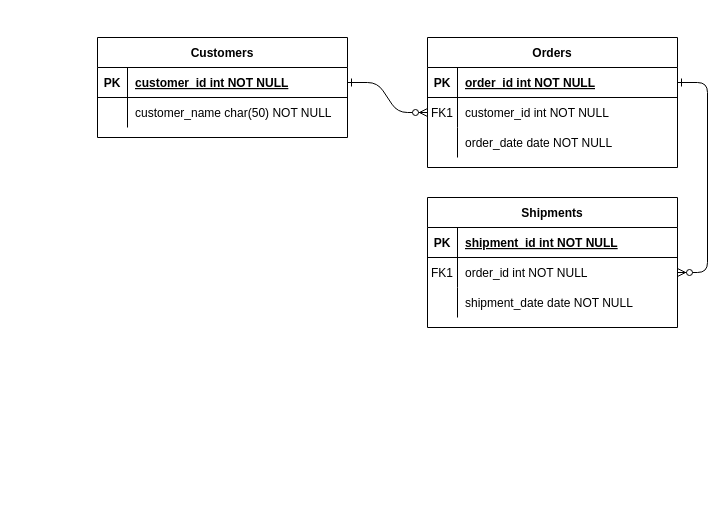
Before: ER AreaInteresse.drawio in augustorazani/QENEM-UML-Diagram, a draw.io diagram. Source tidied: cells renumbered, new cells numbered last; positions are measured from the earlier drawing's top-left corner, leaving out a move shared by most shapes. Both pictures are drawn from the tidied source at 100%, with x=0, y=0 at pixel (97, 37).
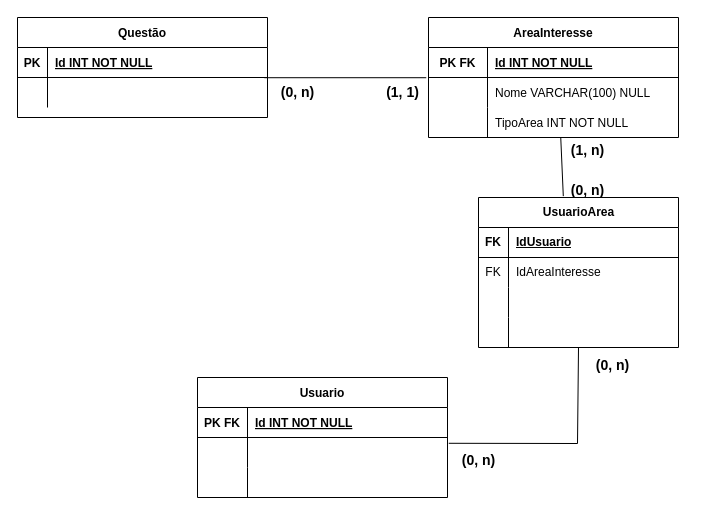
Above is the later version.

Unchanged cells that the change refers to:
```xml
<mxCell id="5" style="shape=partialRectangle;fillColor=none;points=[[0,0.5],[1,0.5]];portConstraint=eastwest;top=0;left=0;right=0;bottom=1;" parent="4" vertex="1">
  <mxGeometry y="30" width="250" height="30" as="geometry" />
</mxCell>
<mxCell id="8" style="shape=partialRectangle;fillColor=none;points=[[0,0.5],[1,0.5]];portConstraint=eastwest;top=0;left=0;right=0;bottom=0;" parent="4" vertex="1">
  <mxGeometry y="60" width="250" height="30" as="geometry" />
</mxCell>
<mxCell id="11" style="shape=partialRectangle;fillColor=none;points=[[0,0.5],[1,0.5]];portConstraint=eastwest;top=0;left=0;right=0;bottom=0;" parent="4" vertex="1">
  <mxGeometry y="90" width="250" height="30" as="geometry" />
</mxCell>
<mxCell id="15" style="shape=partialRectangle;fillColor=none;top=0;left=0;right=0;bottom=1;" parent="14" vertex="1">
  <mxGeometry y="30" width="250" height="30" as="geometry" />
</mxCell>
<mxCell id="18" style="shape=partialRectangle;fillColor=none;points=[[0,0.5],[1,0.5]];portConstraint=eastwest;top=0;left=0;right=0;bottom=0;" parent="14" vertex="1">
  <mxGeometry y="60" width="250" height="30" as="geometry" />
</mxCell>
<mxCell id="21" style="shape=partialRectangle;fillColor=none;top=0;left=0;right=0;bottom=0;" parent="14" vertex="1">
  <mxGeometry y="90" width="250" height="30" as="geometry" />
</mxCell>
<mxCell id="25" style="shape=partialRectangle;fillColor=none;points=[[0,0.5],[1,0.5]];portConstraint=eastwest;top=0;left=0;right=0;bottom=1;" parent="24" vertex="1">
  <mxGeometry y="30" width="250" height="30" as="geometry" />
</mxCell>
<mxCell id="28" style="shape=partialRectangle;fillColor=none;top=0;left=0;right=0;bottom=0;" parent="24" vertex="1">
  <mxGeometry y="60" width="250" height="30" as="geometry" />
</mxCell>
```

Change to the diagram source:
```diff
@@
-    <mxCell id="2" style="edgeStyle=entityRelationEdgeStyle;endArrow=ERzeroToMany;startArrow=ERone;endFill=1;startFill=0;" parent="1" edge="1" source="25" target="8">
-      <mxGeometry relative="1" as="geometry" />
-    </mxCell>
-    <mxCell id="3" style="edgeStyle=entityRelationEdgeStyle;endArrow=ERzeroToMany;startArrow=ERone;endFill=1;startFill=0;" parent="1" edge="1" source="5" target="18">
-      <mxGeometry relative="1" as="geometry" />
-    </mxCell>
-    <mxCell id="4" value="Orders" style="shape=table;startSize=30;childLayout=tableLayout;rowLines=0;fontStyle=1;align=center;" parent="1" vertex="1">
-      <mxGeometry x="330" width="250" height="130" as="geometry" />
+    <mxCell id="4" value="AreaInteresse" style="shape=table;startSize=30;childLayout=tableLayout;rowLines=0;fontStyle=1;align=center;" parent="1" vertex="1">
+      <mxGeometry x="331" y="-20" width="250" height="120" as="geometry" />
     </mxCell>
@@
-    <mxCell id="6" value="PK" style="shape=partialRectangle;overflow=hidden;fillColor=none;top=0;left=0;bottom=0;right=0;fontStyle=1;" parent="5" vertex="1">
-      <mxGeometry width="30" height="30" as="geometry" />
+    <mxCell id="6" value="PK FK" style="shape=partialRectangle;overflow=hidden;fillColor=none;top=0;left=0;bottom=0;right=0;fontStyle=1;" parent="5" vertex="1">
+      <mxGeometry width="59" height="30" as="geometry" />
     </mxCell>
-    <mxCell id="7" value="order_id int NOT NULL " style="shape=partialRectangle;overflow=hidden;fillColor=none;top=0;left=0;bottom=0;right=0;align=left;spacingLeft=6;fontStyle=5;" parent="5" vertex="1">
-      <mxGeometry x="30" width="220" height="30" as="geometry" />
+    <mxCell id="7" value="Id INT NOT NULL " style="shape=partialRectangle;overflow=hidden;fillColor=none;top=0;left=0;bottom=0;right=0;align=left;spacingLeft=6;fontStyle=5;" parent="5" vertex="1">
+      <mxGeometry x="59" width="191" height="30" as="geometry" />
     </mxCell>
@@
-    <mxCell id="9" value="FK1" style="shape=partialRectangle;overflow=hidden;fillColor=none;top=0;left=0;bottom=0;right=0;" parent="8" vertex="1">
-      <mxGeometry width="30" height="30" as="geometry" />
+    <mxCell id="9" style="shape=partialRectangle;overflow=hidden;fillColor=none;top=0;left=0;bottom=0;right=0;" parent="8" vertex="1">
+      <mxGeometry width="59" height="30" as="geometry" />
     </mxCell>
-    <mxCell id="10" value="customer_id int NOT NULL" style="shape=partialRectangle;overflow=hidden;fillColor=none;top=0;left=0;bottom=0;right=0;align=left;spacingLeft=6;" parent="8" vertex="1">
-      <mxGeometry x="30" width="220" height="30" as="geometry" />
+    <mxCell id="10" value="Nome VARCHAR(100) NULL " style="shape=partialRectangle;overflow=hidden;fillColor=none;top=0;left=0;bottom=0;right=0;align=left;spacingLeft=6;" parent="8" vertex="1">
+      <mxGeometry x="59" width="191" height="30" as="geometry" />
     </mxCell>
@@
     <mxCell id="12" style="shape=partialRectangle;overflow=hidden;fillColor=none;top=0;left=0;bottom=0;right=0;" parent="11" vertex="1">
-      <mxGeometry width="30" height="30" as="geometry" />
+      <mxGeometry width="59" height="30" as="geometry" />
     </mxCell>
-    <mxCell id="13" value="order_date date NOT NULL" style="shape=partialRectangle;overflow=hidden;fillColor=none;top=0;left=0;bottom=0;right=0;align=left;spacingLeft=6;" parent="11" vertex="1">
-      <mxGeometry x="30" width="220" height="30" as="geometry" />
+    <mxCell id="13" value="TipoArea INT NOT NULL" style="shape=partialRectangle;overflow=hidden;fillColor=none;top=0;left=0;bottom=0;right=0;align=left;spacingLeft=6;" parent="11" vertex="1">
+      <mxGeometry x="59" width="191" height="30" as="geometry" />
     </mxCell>
-    <mxCell id="14" value="Shipments" style="shape=table;startSize=30;childLayout=tableLayout;rowLines=0;fontStyle=1;align=center;" parent="1" vertex="1">
-      <mxGeometry x="330" y="160" width="250" height="130" as="geometry" />
+    <mxCell id="14" value="Usuario" style="shape=table;startSize=30;childLayout=tableLayout;rowLines=0;fontStyle=1;align=center;" parent="1" vertex="1">
+      <mxGeometry x="100" y="340" width="250" height="120" as="geometry" />
     </mxCell>
@@
-    <mxCell id="16" value="PK" style="shape=partialRectangle;overflow=hidden;fillColor=none;top=0;left=0;bottom=0;right=0;fontStyle=1;" parent="15" vertex="1">
-      <mxGeometry width="30" height="30" as="geometry" />
+    <mxCell id="16" value="PK FK" style="shape=partialRectangle;overflow=hidden;fillColor=none;top=0;left=0;bottom=0;right=0;fontStyle=1;" parent="15" vertex="1">
+      <mxGeometry width="50" height="30" as="geometry" />
     </mxCell>
-    <mxCell id="17" value="shipment_id int NOT NULL " style="shape=partialRectangle;overflow=hidden;fillColor=none;top=0;left=0;bottom=0;right=0;align=left;spacingLeft=6;fontStyle=5;" parent="15" vertex="1">
-      <mxGeometry x="30" width="220" height="30" as="geometry" />
+    <mxCell id="17" value="Id INT NOT NULL " style="shape=partialRectangle;overflow=hidden;fillColor=none;top=0;left=0;bottom=0;right=0;align=left;spacingLeft=6;fontStyle=5;" parent="15" vertex="1">
+      <mxGeometry x="50" width="200" height="30" as="geometry" />
     </mxCell>
@@
-    <mxCell id="19" value="FK1" style="shape=partialRectangle;overflow=hidden;fillColor=none;top=0;left=0;bottom=0;right=0;" parent="18" vertex="1">
-      <mxGeometry width="30" height="30" as="geometry" />
+    <mxCell id="19" style="shape=partialRectangle;overflow=hidden;fillColor=none;top=0;left=0;bottom=0;right=0;" parent="18" vertex="1">
+      <mxGeometry width="50" height="30" as="geometry" />
     </mxCell>
-    <mxCell id="20" value="order_id int NOT NULL" style="shape=partialRectangle;overflow=hidden;fillColor=none;top=0;left=0;bottom=0;right=0;align=left;spacingLeft=6;" parent="18" vertex="1">
-      <mxGeometry x="30" width="220" height="30" as="geometry" />
+    <mxCell id="20" style="shape=partialRectangle;overflow=hidden;fillColor=none;top=0;left=0;bottom=0;right=0;align=left;spacingLeft=6;" parent="18" vertex="1">
+      <mxGeometry x="50" width="200" height="30" as="geometry" />
     </mxCell>
@@
     <mxCell id="22" style="shape=partialRectangle;overflow=hidden;fillColor=none;top=0;left=0;bottom=0;right=0;" parent="21" vertex="1">
-      <mxGeometry width="30" height="30" as="geometry" />
+      <mxGeometry width="50" height="30" as="geometry" />
     </mxCell>
-    <mxCell id="23" value="shipment_date date NOT NULL" style="shape=partialRectangle;overflow=hidden;fillColor=none;top=0;left=0;bottom=0;right=0;align=left;spacingLeft=6;" parent="21" vertex="1">
-      <mxGeometry x="30" width="220" height="30" as="geometry" />
+    <mxCell id="23" style="shape=partialRectangle;overflow=hidden;fillColor=none;top=0;left=0;bottom=0;right=0;align=left;spacingLeft=6;" parent="21" vertex="1">
+      <mxGeometry x="50" width="200" height="30" as="geometry" />
     </mxCell>
-    <mxCell id="24" value="Customers" style="shape=table;startSize=30;childLayout=tableLayout;rowLines=0;fontStyle=1;align=center;" parent="1" vertex="1">
-      <mxGeometry width="250" height="100" as="geometry" />
+    <mxCell id="24" value="Questão" style="shape=table;startSize=30;childLayout=tableLayout;rowLines=0;fontStyle=1;align=center;" parent="1" vertex="1">
+      <mxGeometry x="-80" y="-20" width="250" height="100" as="geometry" />
     </mxCell>
@@
-    <mxCell id="27" value="customer_id int NOT NULL " style="shape=partialRectangle;overflow=hidden;fillColor=none;top=0;left=0;bottom=0;right=0;align=left;spacingLeft=6;fontStyle=5;" parent="25" vertex="1">
+    <mxCell id="27" value="Id INT NOT NULL " style="shape=partialRectangle;overflow=hidden;fillColor=none;top=0;left=0;bottom=0;right=0;align=left;spacingLeft=6;fontStyle=5;" parent="25" vertex="1">
       <mxGeometry x="30" width="220" height="30" as="geometry" />
     </mxCell>
@@
-    <mxCell id="30" value="customer_name char(50) NOT NULL" style="shape=partialRectangle;overflow=hidden;fillColor=none;top=0;left=0;bottom=0;right=0;align=left;spacingLeft=6;" parent="28" vertex="1">
+    <mxCell id="30" style="shape=partialRectangle;overflow=hidden;fillColor=none;top=0;left=0;bottom=0;right=0;align=left;spacingLeft=6;" parent="28" vertex="1">
       <mxGeometry x="30" width="220" height="30" as="geometry" />
     </mxCell>
+    <mxCell id="31" value="UsuarioArea" style="shape=table;startSize=30;childLayout=tableLayout;rowLines=0;fontStyle=1;align=center;html=1;" parent="1" vertex="1">
+      <mxGeometry x="381" y="160" width="200" height="150" as="geometry" />
+    </mxCell>
+    <mxCell id="32" style="shape=tableRow;horizontal=0;startSize=0;swimlaneHead=0;swimlaneBody=0;fillColor=none;top=0;left=0;right=0;bottom=1;" parent="31" vertex="1">
+      <mxGeometry y="30" width="200" height="30" as="geometry" />
+    </mxCell>
+    <mxCell id="33" value="FK" style="shape=partialRectangle;fillColor=none;top=0;left=0;bottom=0;right=0;fontStyle=1;overflow=hidden;whiteSpace=wrap;html=1;" parent="32" vertex="1">
+      <mxGeometry width="30" height="30" as="geometry" />
+    </mxCell>
+    <mxCell id="34" value="IdUsuario" style="shape=partialRectangle;fillColor=none;top=0;left=0;bottom=0;right=0;align=left;spacingLeft=6;fontStyle=5;overflow=hidden;whiteSpace=wrap;html=1;" parent="32" vertex="1">
+      <mxGeometry x="30" width="170" height="30" as="geometry" />
+    </mxCell>
+    <mxCell id="35" style="shape=tableRow;horizontal=0;startSize=0;swimlaneHead=0;swimlaneBody=0;fillColor=none;top=0;left=0;right=0;bottom=0;" parent="31" vertex="1">
+      <mxGeometry y="60" width="200" height="30" as="geometry" />
+    </mxCell>
+    <mxCell id="36" value="FK" style="shape=partialRectangle;fillColor=none;top=0;left=0;bottom=0;right=0;overflow=hidden;whiteSpace=wrap;html=1;" parent="35" vertex="1">
+      <mxGeometry width="30" height="30" as="geometry" />
+    </mxCell>
+    <mxCell id="37" value="IdAreaInteresse" style="shape=partialRectangle;fillColor=none;top=0;left=0;bottom=0;right=0;align=left;spacingLeft=6;overflow=hidden;whiteSpace=wrap;html=1;" parent="35" vertex="1">
+      <mxGeometry x="30" width="170" height="30" as="geometry" />
+    </mxCell>
+    <mxCell id="38" style="shape=tableRow;horizontal=0;startSize=0;swimlaneHead=0;swimlaneBody=0;fillColor=none;top=0;left=0;right=0;bottom=0;" parent="31" vertex="1">
+      <mxGeometry y="90" width="200" height="30" as="geometry" />
+    </mxCell>
+    <mxCell id="39" style="shape=partialRectangle;fillColor=none;top=0;left=0;bottom=0;right=0;overflow=hidden;whiteSpace=wrap;html=1;" parent="38" vertex="1">
+      <mxGeometry width="30" height="30" as="geometry" />
+    </mxCell>
+    <mxCell id="40" style="shape=partialRectangle;fillColor=none;top=0;left=0;bottom=0;right=0;align=left;spacingLeft=6;overflow=hidden;whiteSpace=wrap;html=1;" parent="38" vertex="1">
+      <mxGeometry x="30" width="170" height="30" as="geometry" />
+    </mxCell>
+    <mxCell id="41" style="shape=tableRow;horizontal=0;startSize=0;swimlaneHead=0;swimlaneBody=0;fillColor=none;top=0;left=0;right=0;bottom=0;" parent="31" vertex="1">
+      <mxGeometry y="120" width="200" height="30" as="geometry" />
+    </mxCell>
+    <mxCell id="42" style="shape=partialRectangle;fillColor=none;top=0;left=0;bottom=0;right=0;overflow=hidden;whiteSpace=wrap;html=1;" parent="41" vertex="1">
+      <mxGeometry width="30" height="30" as="geometry" />
+    </mxCell>
+    <mxCell id="43" style="shape=partialRectangle;fillColor=none;top=0;left=0;bottom=0;right=0;align=left;spacingLeft=6;overflow=hidden;whiteSpace=wrap;html=1;" parent="41" vertex="1">
+      <mxGeometry x="30" width="170" height="30" as="geometry" />
+    </mxCell>
+    <mxCell id="44" style="endArrow=none;html=1;rounded=0;entryX=0.529;entryY=1.007;entryDx=0;entryDy=0;entryPerimeter=0;exitX=0.424;exitY=-0.009;exitDx=0;exitDy=0;exitPerimeter=0;" parent="1" edge="1" source="31" target="11">
+      <mxGeometry relative="1" as="geometry" />
+    </mxCell>
+    <mxCell id="45" style="endArrow=none;html=1;rounded=0;exitX=1.005;exitY=0.193;exitDx=0;exitDy=0;exitPerimeter=0;" parent="1" edge="1" source="18">
+      <mxGeometry relative="1" as="geometry">
+        <mxPoint x="481" y="310" as="targetPoint" />
+        <Array as="points">
+          <mxPoint x="480" y="406" />
+        </Array>
+      </mxGeometry>
+    </mxCell>
+    <mxCell id="2" style="endArrow=none;html=1;rounded=0;entryX=-0.009;entryY=0.007;entryDx=0;entryDy=0;entryPerimeter=0;exitX=0.987;exitY=1.007;exitDx=0;exitDy=0;exitPerimeter=0;" parent="1" edge="1" source="25" target="8">
+      <mxGeometry relative="1" as="geometry" />
+    </mxCell>
+    <mxCell id="46" value="&lt;font style=&quot;font-size: 14px;&quot;&gt;(0, n)&lt;/font&gt;" style="text;strokeColor=none;fillColor=none;html=1;fontSize=24;fontStyle=1;verticalAlign=middle;align=center;" parent="1" vertex="1">
+      <mxGeometry x="331" y="400" width="100" height="40" as="geometry" />
+    </mxCell>
+    <mxCell id="47" value="&lt;font style=&quot;font-size: 14px;&quot;&gt;(0, n)&lt;/font&gt;" style="text;strokeColor=none;fillColor=none;html=1;fontSize=24;fontStyle=1;verticalAlign=middle;align=center;" parent="1" vertex="1">
+      <mxGeometry x="480" y="310" width="70" height="30" as="geometry" />
+    </mxCell>
+    <mxCell id="48" value="&lt;font style=&quot;font-size: 14px;&quot;&gt;(0, n)&lt;/font&gt;" style="text;strokeColor=none;fillColor=none;html=1;fontSize=24;fontStyle=1;verticalAlign=middle;align=center;" parent="1" vertex="1">
+      <mxGeometry x="440" y="130" width="100" height="40" as="geometry" />
+    </mxCell>
+    <mxCell id="49" value="&lt;font style=&quot;font-size: 14px;&quot;&gt;(1, n)&lt;/font&gt;" style="text;strokeColor=none;fillColor=none;html=1;fontSize=24;fontStyle=1;verticalAlign=middle;align=center;" parent="1" vertex="1">
+      <mxGeometry x="440" y="90" width="100" height="40" as="geometry" />
+    </mxCell>
+    <mxCell id="50" value="&lt;font style=&quot;font-size: 14px;&quot;&gt;&lt;b&gt;(1, 1)&lt;/b&gt;&lt;/font&gt;" style="text;html=1;align=center;verticalAlign=middle;strokeColor=none;fillColor=none;" parent="1" vertex="1">
+      <mxGeometry x="275" y="40" width="60" height="30" as="geometry" />
+    </mxCell>
+    <mxCell id="51" value="&lt;font style=&quot;font-size: 14px;&quot;&gt;&lt;b&gt;(0, n)&lt;/b&gt;&lt;/font&gt;" style="text;html=1;align=center;verticalAlign=middle;strokeColor=none;fillColor=none;" parent="1" vertex="1">
+      <mxGeometry x="170" y="40" width="60" height="30" as="geometry" />
+    </mxCell>
```
